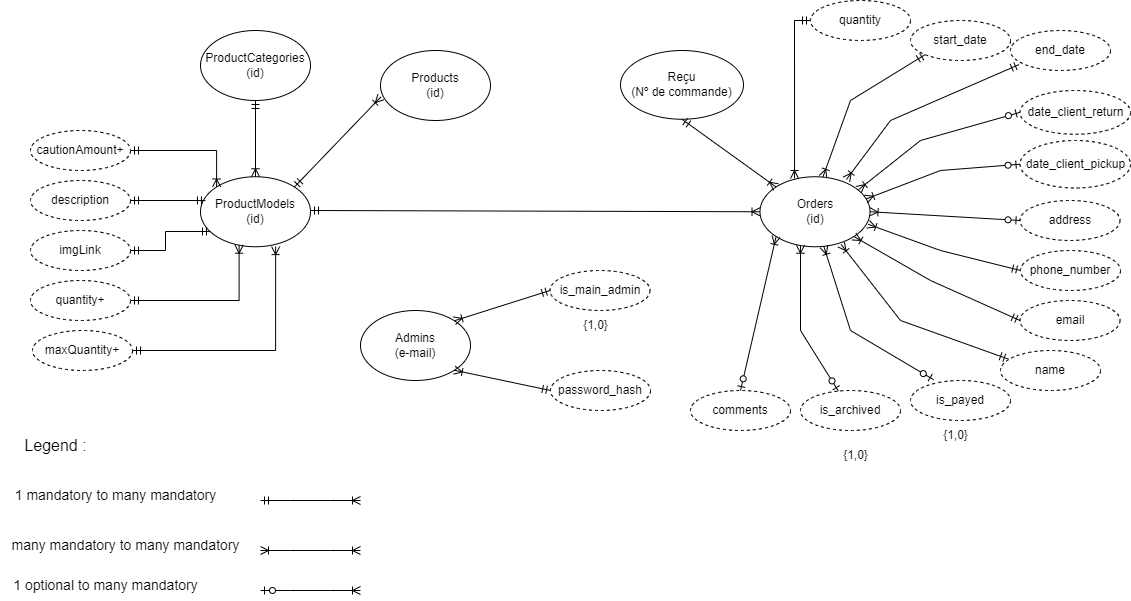
Emilevillette/LINFO1212-2022-12 keeps this draw.io diagram as ORM.png. Above is the earlier version. Source tidied: cells renumbered, new cells last; positions are measured from the earlier drawing's top-left corner, leaving out a move shared by most shapes.
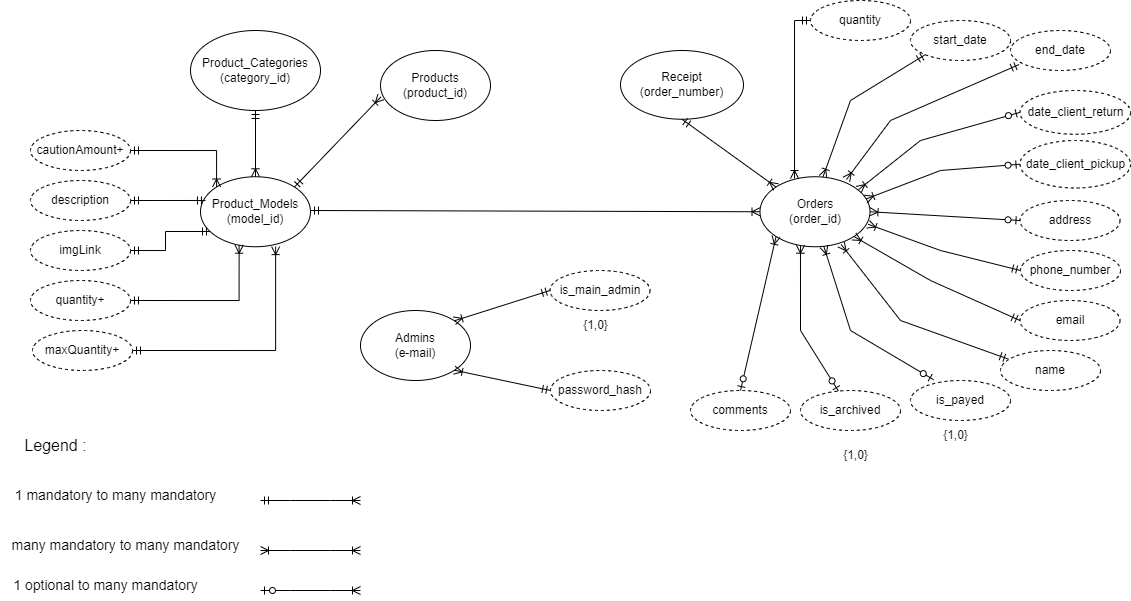
After the change.

The edit, as a diff of the source:
```diff
@@ -2,10 +2,10 @@
   <root>
     <mxCell id="0" />
     <mxCell id="1" parent="0" />
-    <mxCell id="2" value="Products&lt;br&gt;(id)" style="ellipse;whiteSpace=wrap;html=1;align=center;" parent="1" vertex="1">
+    <mxCell id="2" value="Products&lt;br&gt;(product_id)" style="ellipse;whiteSpace=wrap;html=1;align=center;" parent="1" vertex="1">
       <mxGeometry x="380" y="50" width="110" height="70" as="geometry" />
     </mxCell>
-    <mxCell id="3" value="Orders&lt;br&gt;(id)" style="ellipse;whiteSpace=wrap;html=1;align=center;" parent="1" vertex="1">
+    <mxCell id="3" value="Orders&lt;br&gt;(order_id)" style="ellipse;whiteSpace=wrap;html=1;align=center;" parent="1" vertex="1">
       <mxGeometry x="759.5" y="176.2" width="110" height="70" as="geometry" />
     </mxCell>
     <mxCell id="4" value="Admins&lt;br&gt;(e-mail)" style="ellipse;whiteSpace=wrap;html=1;align=center;" parent="1" vertex="1">
@@ -92,7 +92,7 @@
         </Array>
       </mxGeometry>
     </mxCell>
-    <mxCell id="24" value="Reçu&lt;br&gt;(Nº de commande)" style="ellipse;whiteSpace=wrap;html=1;align=center;" parent="1" vertex="1">
+    <mxCell id="24" value="Receipt&lt;br&gt;(order_number)" style="ellipse;whiteSpace=wrap;html=1;align=center;" parent="1" vertex="1">
       <mxGeometry x="620" y="50" width="123" height="68.8" as="geometry" />
     </mxCell>
     <mxCell id="25" value="is_archived" style="ellipse;whiteSpace=wrap;html=1;align=center;dashed=1;" parent="1" vertex="1">
@@ -101,10 +101,10 @@
     <mxCell id="26" value="comments" style="ellipse;whiteSpace=wrap;html=1;align=center;dashed=1;" parent="1" vertex="1">
       <mxGeometry x="690" y="390" width="100" height="40" as="geometry" />
     </mxCell>
-    <mxCell id="27" value="ProductCategories&lt;br&gt;(id)" style="ellipse;whiteSpace=wrap;html=1;align=center;" parent="1" vertex="1">
-      <mxGeometry x="200" y="30" width="110" height="70" as="geometry" />
+    <mxCell id="27" value="Product_Categories&lt;br&gt;(category_id)" style="ellipse;whiteSpace=wrap;html=1;align=center;" parent="1" vertex="1">
+      <mxGeometry x="190" y="30" width="130" height="80" as="geometry" />
     </mxCell>
-    <mxCell id="28" value="ProductModels&lt;br&gt;(id)" style="ellipse;whiteSpace=wrap;html=1;align=center;" parent="1" vertex="1">
+    <mxCell id="28" value="Product_Models&lt;br&gt;(model_id)" style="ellipse;whiteSpace=wrap;html=1;align=center;" parent="1" vertex="1">
       <mxGeometry x="200" y="176.2" width="110" height="70" as="geometry" />
     </mxCell>
     <mxCell id="29" value="cautionAmount+" style="ellipse;whiteSpace=wrap;html=1;align=center;dashed=1;" parent="1" vertex="1">
```
